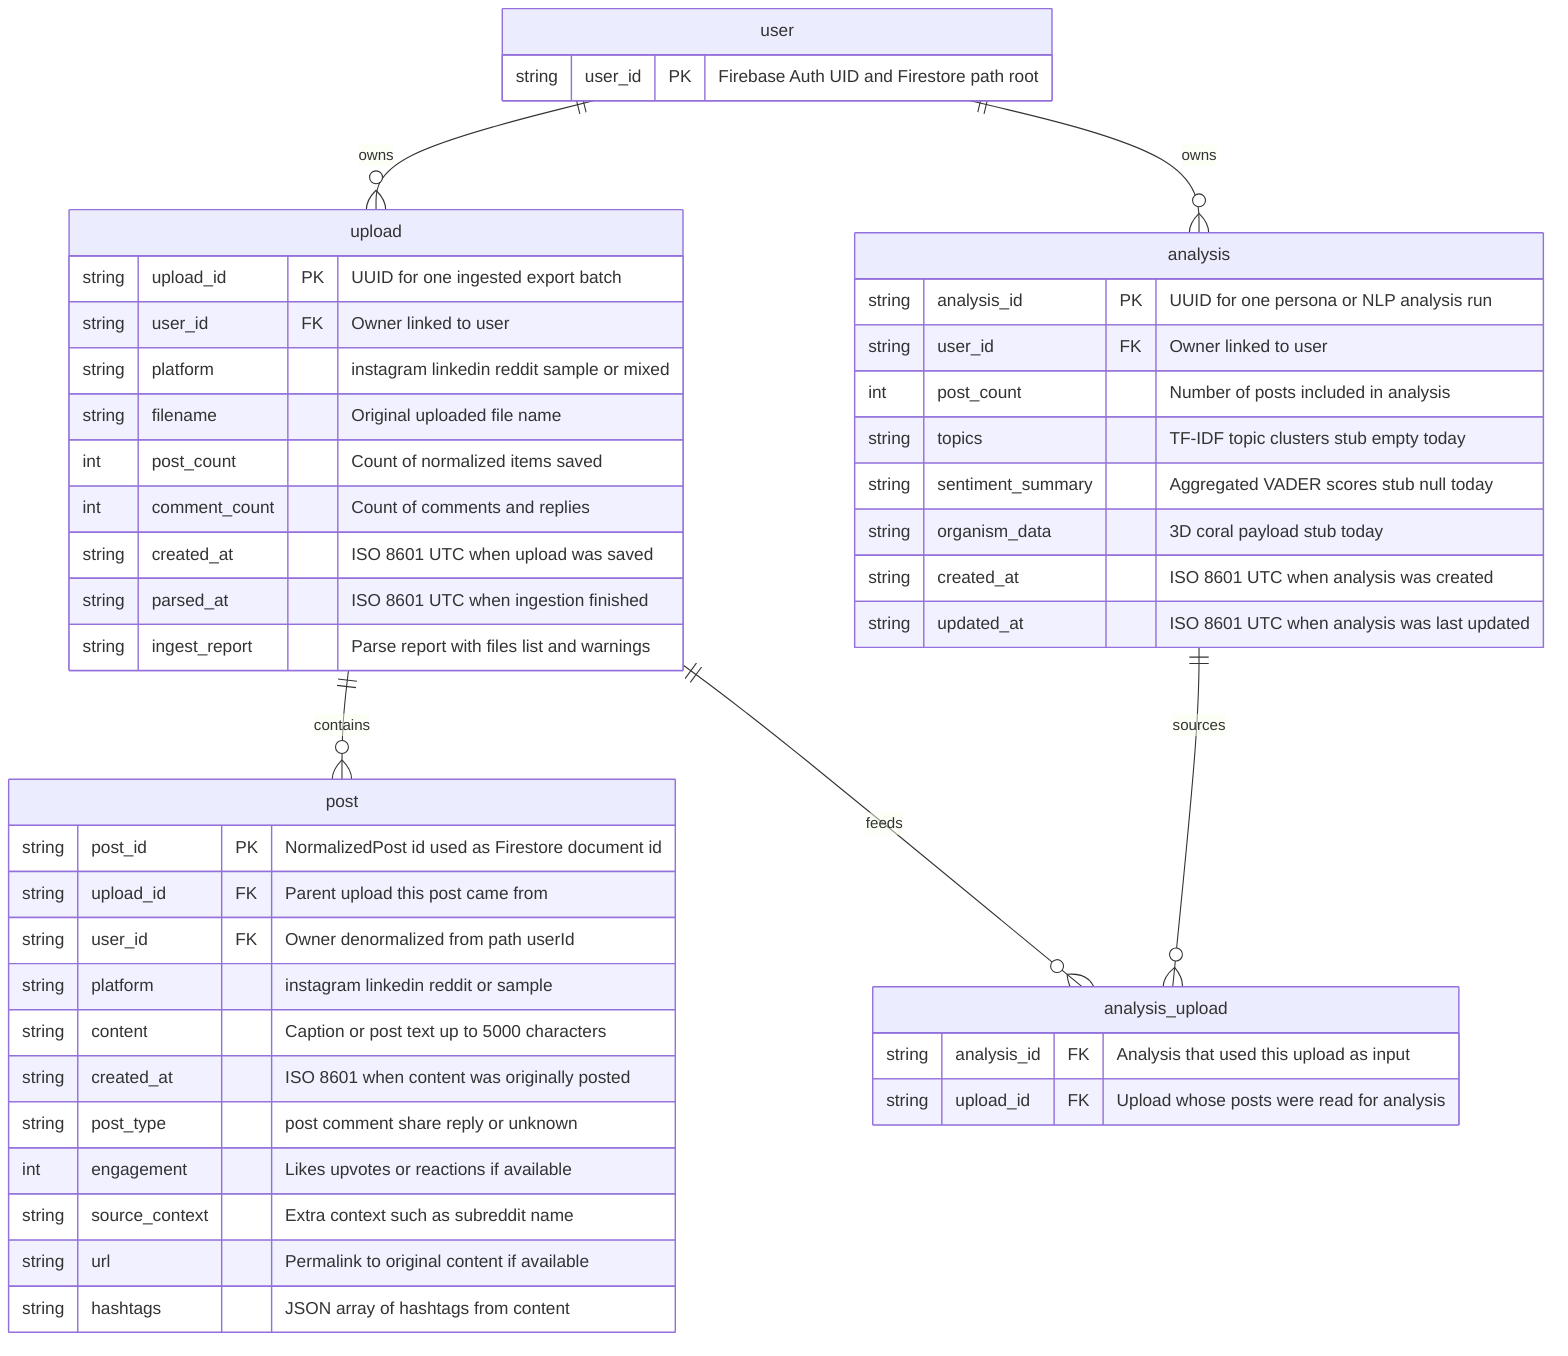
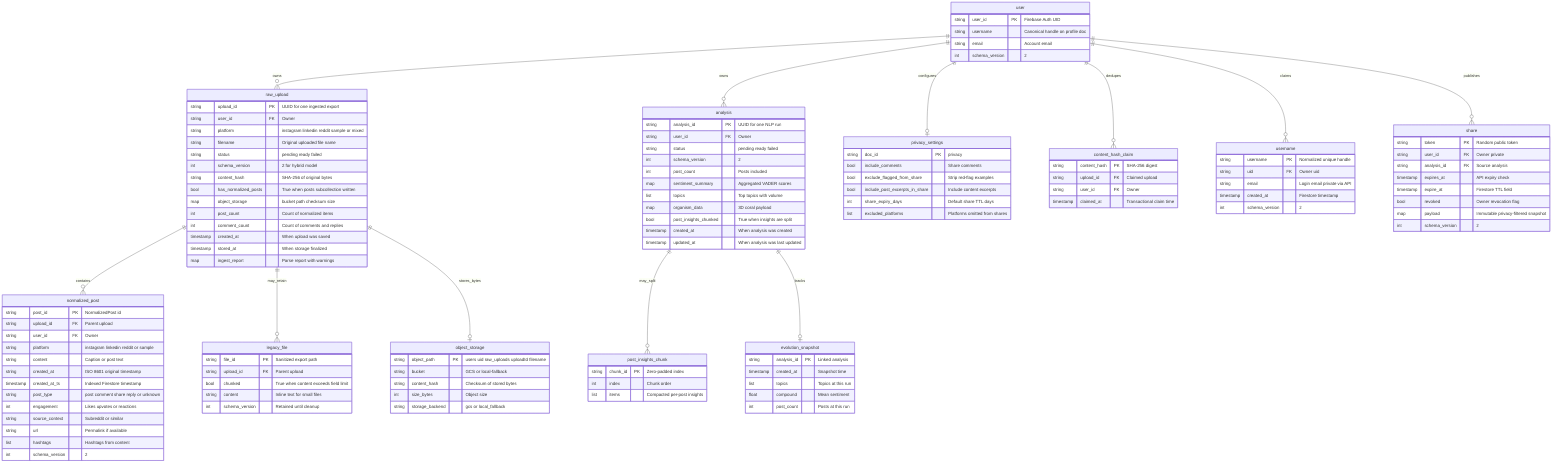
erDiagram
    direction TB

-     user ||--o{ upload : owns
+     user ||--o{ raw_upload : owns
    user ||--o{ analysis : owns
-     upload ||--o{ post : contains
-     analysis ||--o{ analysis_upload : sources
-     upload ||--o{ analysis_upload : feeds
+     user ||--o| privacy_settings : configures
+     user ||--o{ content_hash_claim : dedupes
+     user ||--o{ username : claims
+     raw_upload ||--o{ normalized_post : contains
+     raw_upload ||--o{ legacy_file : may_retain
+     raw_upload ||--o| object_storage : stores_bytes
+     analysis ||--o{ post_insights_chunk : may_split
+     analysis ||--o| evolution_snapshot : tracks
+     user ||--o{ share : publishes

    user {
-         string user_id PK "Firebase Auth UID and Firestore path root"
+         string user_id PK "Firebase Auth UID"
+         string username "Canonical handle on profile doc"
+         string email "Account email"
+         int schema_version "2"
    }

-     upload {
-         string upload_id PK "UUID for one ingested export batch"
-         string user_id FK "Owner linked to user"
+     username {
+         string username PK "Normalized unique handle"
+         string uid FK "Owner uid"
+         string email "Login email private via API"
+         timestamp created_at "Firestore timestamp"
+         int schema_version "2"
+     }
+ 
+     raw_upload {
+         string upload_id PK "UUID for one ingested export"
+         string user_id FK "Owner"
        string platform "instagram linkedin reddit sample or mixed"
        string filename "Original uploaded file name"
-         int post_count "Count of normalized items saved"
+         string status "pending ready failed"
+         int schema_version "2 for hybrid model"
+         string content_hash "SHA-256 of original bytes"
+         bool has_normalized_posts "True when posts subcollection written"
+         map object_storage "bucket path checksum size"
+         int post_count "Count of normalized items"
        int comment_count "Count of comments and replies"
-         string created_at "ISO 8601 UTC when upload was saved"
-         string parsed_at "ISO 8601 UTC when ingestion finished"
-         string ingest_report "Parse report with files list and warnings"
+         timestamp created_at "When upload was saved"
+         timestamp stored_at "When storage finalized"
+         map ingest_report "Parse report with warnings"
    }

-     post {
-         string post_id PK "NormalizedPost id used as Firestore document id"
-         string upload_id FK "Parent upload this post came from"
-         string user_id FK "Owner denormalized from path userId"
+     object_storage {
+         string object_path PK "users uid raw_uploads uploadId filename"
+         string bucket "GCS or local-fallback"
+         string content_hash "Checksum of stored bytes"
+         int size_bytes "Object size"
+         string storage_backend "gcs or local_fallback"
+     }
+ 
+     normalized_post {
+         string post_id PK "NormalizedPost id"
+         string upload_id FK "Parent upload"
+         string user_id FK "Owner"
        string platform "instagram linkedin reddit or sample"
-         string content "Caption or post text up to 5000 characters"
-         string created_at "ISO 8601 when content was originally posted"
+         string content "Caption or post text"
+         string created_at "ISO 8601 original timestamp"
+         timestamp created_at_ts "Indexed Firestore timestamp"
        string post_type "post comment share reply or unknown"
-         int engagement "Likes upvotes or reactions if available"
-         string source_context "Extra context such as subreddit name"
-         string url "Permalink to original content if available"
-         string hashtags "JSON array of hashtags from content"
+         int engagement "Likes upvotes or reactions"
+         string source_context "Subreddit or similar"
+         string url "Permalink if available"
+         list hashtags "Hashtags from content"
+         int schema_version "2"
+     }
+ 
+     legacy_file {
+         string file_id PK "Sanitized export path"
+         string upload_id FK "Parent upload"
+         bool chunked "True when content exceeds field limit"
+         string content "Inline text for small files"
+         int schema_version "Retained until cleanup"
    }

    analysis {
-         string analysis_id PK "UUID for one persona or NLP analysis run"
-         string user_id FK "Owner linked to user"
-         int post_count "Number of posts included in analysis"
-         string topics "TF-IDF topic clusters stub empty today"
-         string sentiment_summary "Aggregated VADER scores stub null today"
-         string organism_data "3D coral payload stub today"
-         string created_at "ISO 8601 UTC when analysis was created"
-         string updated_at "ISO 8601 UTC when analysis was last updated"
+         string analysis_id PK "UUID for one NLP run"
+         string user_id FK "Owner"
+         string status "pending ready failed"
+         int schema_version "2"
+         int post_count "Posts included"
+         map sentiment_summary "Aggregated VADER scores"
+         list topics "Top topics with volume"
+         map organism_data "3D coral payload"
+         bool post_insights_chunked "True when insights are split"
+         timestamp created_at "When analysis was created"
+         timestamp updated_at "When analysis was last updated"
    }

-     analysis_upload {
-         string analysis_id FK "Analysis that used this upload as input"
-         string upload_id FK "Upload whose posts were read for analysis"
+     post_insights_chunk {
+         string chunk_id PK "Zero-padded index"
+         int index "Chunk order"
+         list items "Compacted per-post insights"
    }
+ 
+     privacy_settings {
+         string doc_id PK "privacy"
+         bool include_comments "Share comments"
+         bool exclude_flagged_from_share "Strip red-flag examples"
+         bool include_post_excerpts_in_share "Include content excerpts"
+         int share_expiry_days "Default share TTL days"
+         list excluded_platforms "Platforms omitted from shares"
+     }
+ 
+     content_hash_claim {
+         string content_hash PK "SHA-256 digest"
+         string upload_id FK "Claimed upload"
+         string user_id FK "Owner"
+         timestamp claimed_at "Transactional claim time"
+     }
+ 
+     share {
+         string token PK "Random public token"
+         string user_id FK "Owner private"
+         string analysis_id FK "Source analysis"
+         timestamp expires_at "API expiry check"
+         timestamp expire_at "Firestore TTL field"
+         bool revoked "Owner revocation flag"
+         map payload "Immutable privacy-filtered snapshot"
+         int schema_version "2"
+     }
+ 
+     evolution_snapshot {
+         string analysis_id PK "Linked analysis"
+         timestamp created_at "Snapshot time"
+         list topics "Topics at this run"
+         float compound "Mean sentiment"
+         int post_count "Posts at this run"
+     }
